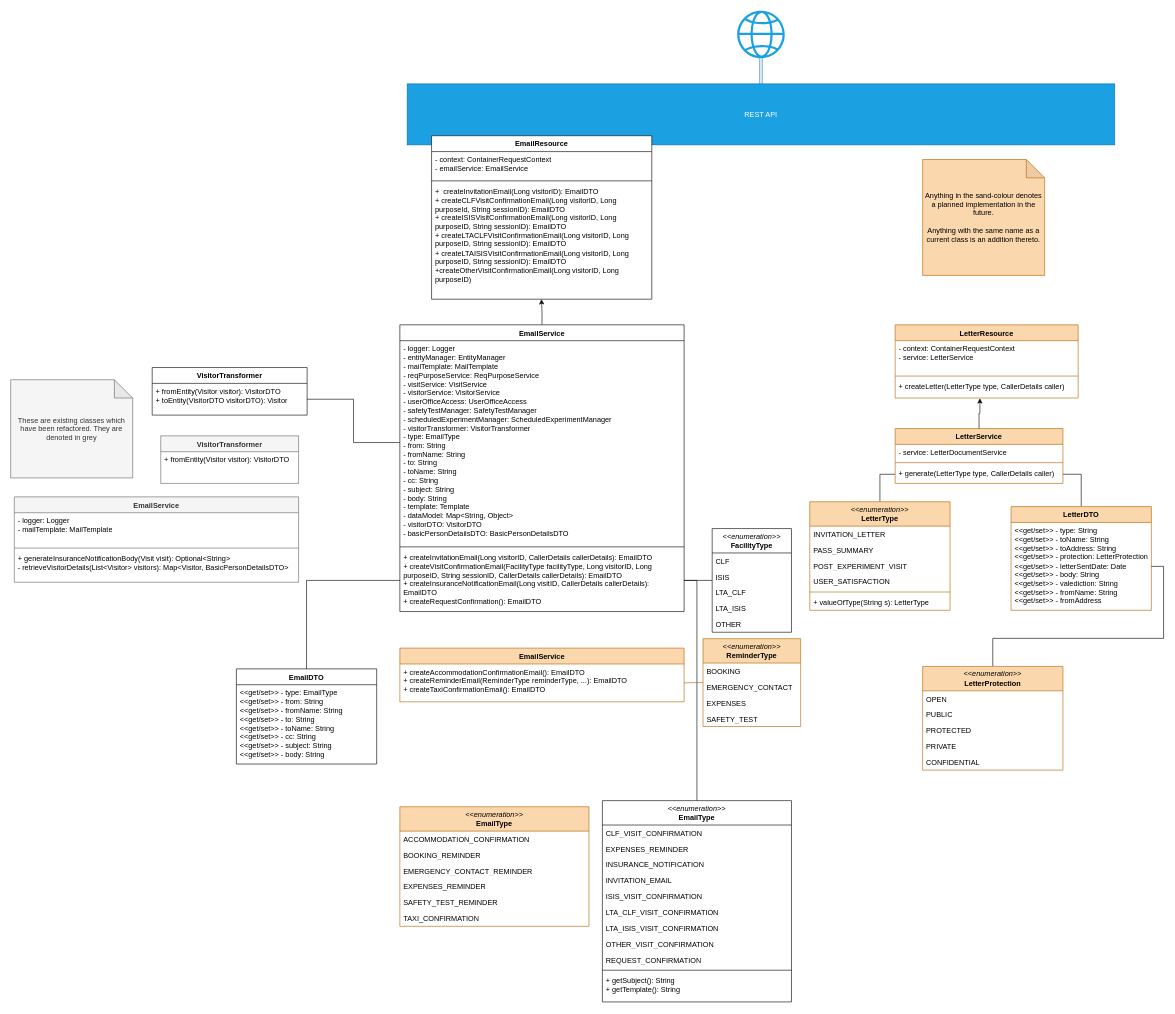
Earlier version of the draw.io diagram Document generation class diagram.drawio (ambolt314/FinalProjectDesign). Source tidied: cells renumbered, new cells numbered last; positions are measured from the earlier drawing's top-left corner, leaving out a move shared by most shapes. Both pictures are drawn from the tidied source at 61%, with x=0, y=0 at pixel (10, 10).
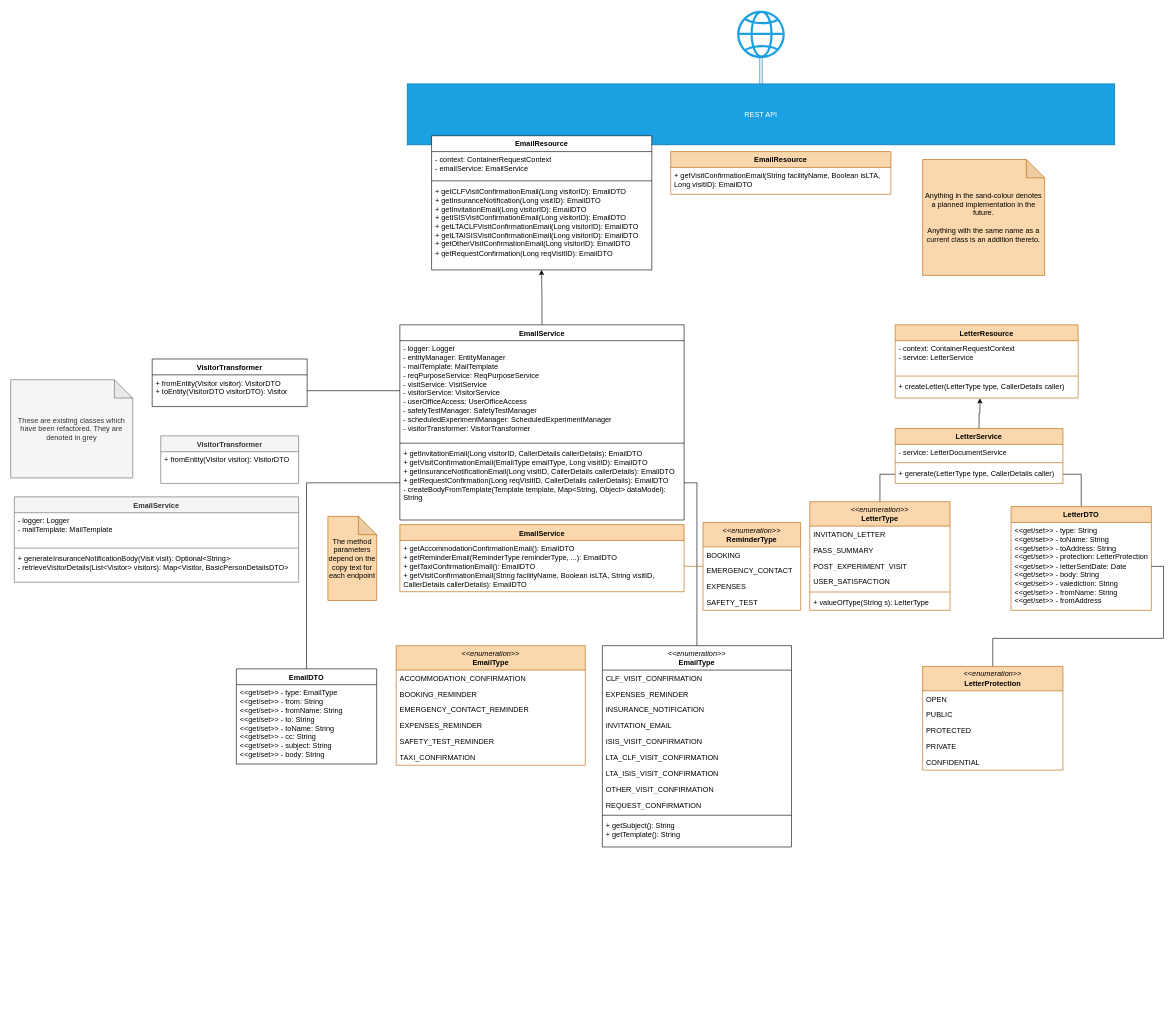
Above is the later version.

Commit message:
Corrected design to match existing code

The edit, as a diff of the source:
```diff
@@
     <mxCell id="3" value="EmailResource" style="swimlane;fontStyle=1;align=center;verticalAlign=top;horizontal=1;startSize=26;whiteSpace=wrap;html=1;" parent="1" vertex="1">
-      <mxGeometry x="690" y="205" width="361" height="268" as="geometry" />
+      <mxGeometry x="690" y="205" width="361" height="220" as="geometry" />
     </mxCell>
@@
-    <mxCell id="6" value="&lt;div&gt;&lt;span style=&quot;background-color: initial;&quot;&gt;+&amp;nbsp; createInvitationEmail(Long visitorID): EmailDTO&lt;/span&gt;&lt;br&gt;&lt;/div&gt;&lt;div&gt;+ createCLFVisitConfirmationEmail(Long visitorID, Long purposeId, String sessionID): EmailDTO&lt;/div&gt;&lt;div&gt;+ createISISVisitConfirmationEmail(Long visitorID, Long purposeID, String sessionID): EmailDTO&lt;/div&gt;&lt;div&gt;+ createLTACLFVisitConfirmationEmail(Long visitorID, Long purposeID, String sessionID): EmailDTO&lt;/div&gt;&lt;div&gt;+ createLTAISISVisitConfirmationEmail(Long visitorID, Long purposeID, String sessionID): EmailDTO&lt;br&gt;&lt;/div&gt;&lt;div&gt;+createOtherVisitConfirmationEmail(Long visitorID, Long purposeID)&lt;/div&gt;" style="text;strokeColor=none;fillColor=none;align=left;verticalAlign=top;spacingLeft=4;spacingRight=4;overflow=hidden;points=[[0,0.5],[1,0.5]];portConstraint=eastwest;whiteSpace=wrap;html=1;" parent="3" vertex="1">
-      <mxGeometry y="78" width="361" height="190" as="geometry" />
+    <mxCell id="6" value="&lt;div&gt;&lt;div&gt;+ getCLFVisitConfirmationEmail(Long visitorID): EmailDTO&lt;/div&gt;&lt;/div&gt;&lt;div&gt;&lt;span style=&quot;background-color: initial;&quot;&gt;+ getInsuranceNotification(Long visitID): EmailDTO&lt;br&gt;&lt;/span&gt;&lt;/div&gt;&lt;div&gt;&lt;span style=&quot;background-color: initial;&quot;&gt;+ getInvitationEmail(Long visitorID): EmailDTO&lt;/span&gt;&lt;br&gt;&lt;/div&gt;&lt;div&gt;+ getISISVisitConfirmationEmail(Long visitorID): EmailDTO&lt;/div&gt;&lt;div&gt;+ getLTACLFVisitConfirmationEmail(Long visitorID): EmailDTO&lt;/div&gt;&lt;div&gt;+ getLTAISISVisitConfirmationEmail(Long visitorID): EmailDTO&lt;br&gt;&lt;/div&gt;&lt;div&gt;+ getOtherVisitConfirmationEmail(Long visitorID): EmailDTO&lt;/div&gt;&lt;div&gt;+ getRequestConfirmation(Long reqVisitID): EmailDTO&lt;br&gt;&lt;/div&gt;" style="text;strokeColor=none;fillColor=none;align=left;verticalAlign=top;spacingLeft=4;spacingRight=4;overflow=hidden;points=[[0,0.5],[1,0.5]];portConstraint=eastwest;whiteSpace=wrap;html=1;" parent="3" vertex="1">
+      <mxGeometry y="78" width="361" height="142" as="geometry" />
     </mxCell>
@@
     <mxCell id="13" value="&lt;div&gt;&lt;i&gt;&amp;lt;&amp;lt;enumeration&amp;gt;&amp;gt;&lt;/i&gt;&lt;/div&gt;&lt;div&gt;&lt;b&gt;EmailType&lt;/b&gt;&lt;br&gt;&lt;/div&gt;" style="swimlane;fontStyle=0;horizontal=1;startSize=40;fillColor=none;whiteSpace=wrap;html=1;" parent="1" vertex="1">
-      <mxGeometry x="970" y="1295" width="310" height="330" as="geometry" />
+      <mxGeometry x="970" y="1041" width="310" height="330" as="geometry" />
     </mxCell>
@@
     <mxCell id="51" value="EmailService" style="swimlane;fontStyle=1;align=center;verticalAlign=top;horizontal=1;startSize=26;whiteSpace=wrap;html=1;" parent="1" vertex="1">
-      <mxGeometry x="638" y="515" width="466" height="470" as="geometry" />
+      <mxGeometry x="638" y="515" width="466" height="320" as="geometry" />
     </mxCell>
-    <mxCell id="52" value="&lt;div&gt;- logger: Logger&lt;/div&gt;&lt;div&gt;- entityManager: EntityManager&lt;/div&gt;&lt;div&gt;- mailTemplate: MailTemplate&lt;br&gt;&lt;/div&gt;&lt;div&gt;- reqPurposeService: ReqPurposeService&lt;/div&gt;&lt;div&gt;- visitService: VisitService&lt;/div&gt;&lt;div&gt;- visitorService: VisitorService&lt;br&gt;&lt;/div&gt;&lt;div&gt;- userOfficeAccess: UserOfficeAccess&lt;br&gt;&lt;/div&gt;&lt;div&gt;- safetyTestManager: SafetyTestManager&lt;/div&gt;&lt;div&gt;- scheduledExperimentManager: ScheduledExperimentManager&lt;/div&gt;&lt;div&gt;- visitorTransformer: VisitorTransformer&lt;/div&gt;&lt;div&gt;- type: EmailType&lt;/div&gt;&lt;div&gt;- from: String&lt;/div&gt;&lt;div&gt;- fromName: String&lt;/div&gt;&lt;div&gt;- to: String&lt;/div&gt;&lt;div&gt;- toName: String&lt;/div&gt;&lt;div&gt;- cc: String&lt;/div&gt;&lt;div&gt;- subject: String&lt;/div&gt;&lt;div&gt;- body: String&lt;/div&gt;&lt;div&gt;- template: Template&lt;/div&gt;&lt;div&gt;- dataModel: Map&amp;lt;String, Object&amp;gt;&lt;/div&gt;&lt;div&gt;- visitorDTO: VisitorDTO&lt;/div&gt;&lt;div&gt;- basicPersonDetailsDTO: BasicPersonDetailsDTO&lt;/div&gt;" style="text;strokeColor=none;fillColor=none;align=left;verticalAlign=top;spacingLeft=4;spacingRight=4;overflow=hidden;points=[[0,0.5],[1,0.5]];portConstraint=eastwest;whiteSpace=wrap;html=1;" parent="51" vertex="1">
-      <mxGeometry y="26" width="466" height="334" as="geometry" />
+    <mxCell id="52" value="&lt;div&gt;- logger: Logger&lt;/div&gt;&lt;div&gt;- entityManager: EntityManager&lt;/div&gt;&lt;div&gt;- mailTemplate: MailTemplate&lt;br&gt;&lt;/div&gt;&lt;div&gt;- reqPurposeService: ReqPurposeService&lt;/div&gt;&lt;div&gt;- visitService: VisitService&lt;/div&gt;&lt;div&gt;- visitorService: VisitorService&lt;br&gt;&lt;/div&gt;&lt;div&gt;- userOfficeAccess: UserOfficeAccess&lt;br&gt;&lt;/div&gt;&lt;div&gt;- safetyTestManager: SafetyTestManager&lt;/div&gt;&lt;div&gt;- scheduledExperimentManager: ScheduledExperimentManager&lt;/div&gt;&lt;div&gt;- visitorTransformer: VisitorTransformer&lt;/div&gt;" style="text;strokeColor=none;fillColor=none;align=left;verticalAlign=top;spacingLeft=4;spacingRight=4;overflow=hidden;points=[[0,0.5],[1,0.5]];portConstraint=eastwest;whiteSpace=wrap;html=1;" parent="51" vertex="1">
+      <mxGeometry y="26" width="466" height="164" as="geometry" />
     </mxCell>
     <mxCell id="53" style="line;strokeWidth=1;fillColor=none;align=left;verticalAlign=middle;spacingTop=-1;spacingLeft=3;spacingRight=3;labelPosition=right;strokeColor=inherit;" parent="51" vertex="1">
-      <mxGeometry y="360" width="466" height="8" as="geometry" />
+      <mxGeometry y="190" width="466" height="8" as="geometry" />
     </mxCell>
-    <mxCell id="54" value="&lt;div&gt;+ createInvitationEmail(Long visitorID, CallerDetails callerDetails): EmailDTO&lt;/div&gt;&lt;div&gt;+ createVisitConfirmationEmail(FacilityType facilityType, Long visitorID, Long purposeID, String sessionID, CallerDetails callerDetails): EmailDTO&lt;/div&gt;&lt;div&gt;+ createInsuranceNotificationEmail(Long visitID, CallerDetails callerDetails): EmailDTO&lt;/div&gt;&lt;div&gt;+ createRequestConfirmation(): EmailDTO&lt;/div&gt;" style="text;strokeColor=none;fillColor=none;align=left;verticalAlign=top;spacingLeft=4;spacingRight=4;overflow=hidden;points=[[0,0.5],[1,0.5]];portConstraint=eastwest;whiteSpace=wrap;html=1;" parent="51" vertex="1">
-      <mxGeometry y="368" width="466" height="102" as="geometry" />
+    <mxCell id="54" value="&lt;div&gt;+ getInvitationEmail(Long visitorID, CallerDetails callerDetails): EmailDTO&lt;/div&gt;&lt;div&gt;+ getVisitConfirmationEmail(EmailType emailType, Long visitID): EmailDTO&lt;/div&gt;&lt;div&gt;+ getInsuranceNotificationEmail(Long visitID, CallerDetails callerDetails): EmailDTO&lt;/div&gt;&lt;div&gt;+ getRequestConfirmation(Long reqVisitID, CallerDetails callerDetails): EmailDTO&lt;/div&gt;&lt;div&gt;- createBodyFromTemplate(Template template, Map&amp;lt;String, Object&amp;gt; dataModel): String&lt;br&gt;&lt;/div&gt;" style="text;strokeColor=none;fillColor=none;align=left;verticalAlign=top;spacingLeft=4;spacingRight=4;overflow=hidden;points=[[0,0.5],[1,0.5]];portConstraint=eastwest;whiteSpace=wrap;html=1;" parent="51" vertex="1">
+      <mxGeometry y="198" width="466" height="122" as="geometry" />
     </mxCell>
@@
-    <mxCell id="62" value="&lt;div&gt;&lt;i&gt;&amp;lt;&amp;lt;enumeration&amp;gt;&amp;gt;&lt;/i&gt;&lt;/div&gt;&lt;div&gt;&lt;b&gt;FacilityType&lt;/b&gt;&lt;/div&gt;" style="swimlane;fontStyle=0;horizontal=1;startSize=40;fillColor=none;whiteSpace=wrap;html=1;" parent="1" vertex="1">
-      <mxGeometry x="1150" y="849" width="130" height="170" as="geometry" />
-    </mxCell>
-    <mxCell id="63" value="CLF" style="text;strokeColor=none;fillColor=none;align=left;verticalAlign=top;spacingLeft=4;spacingRight=4;overflow=hidden;whiteSpace=wrap;html=1;" parent="62" vertex="1">
-      <mxGeometry y="40" width="130" height="26" as="geometry" />
-    </mxCell>
-    <mxCell id="64" value="ISIS" style="text;strokeColor=none;fillColor=none;align=left;verticalAlign=top;spacingLeft=4;spacingRight=4;overflow=hidden;whiteSpace=wrap;html=1;" parent="62" vertex="1">
-      <mxGeometry y="66" width="130" height="26" as="geometry" />
-    </mxCell>
-    <mxCell id="65" value="LTA_CLF" style="text;strokeColor=none;fillColor=none;align=left;verticalAlign=top;spacingLeft=4;spacingRight=4;overflow=hidden;whiteSpace=wrap;html=1;" parent="62" vertex="1">
-      <mxGeometry y="92" width="130" height="26" as="geometry" />
-    </mxCell>
-    <mxCell id="66" value="LTA_ISIS" style="text;strokeColor=none;fillColor=none;align=left;verticalAlign=top;spacingLeft=4;spacingRight=4;overflow=hidden;whiteSpace=wrap;html=1;" parent="62" vertex="1">
-      <mxGeometry y="118" width="130" height="26" as="geometry" />
-    </mxCell>
-    <mxCell id="67" value="OTHER" style="text;strokeColor=none;fillColor=none;align=left;verticalAlign=top;spacingLeft=4;spacingRight=4;overflow=hidden;whiteSpace=wrap;html=1;" parent="62" vertex="1">
-      <mxGeometry y="144" width="130" height="26" as="geometry" />
-    </mxCell>
     <mxCell id="68" value="&lt;div&gt;&lt;i&gt;&amp;lt;&amp;lt;enumeration&amp;gt;&amp;gt;&lt;/i&gt;&lt;/div&gt;&lt;div&gt;&lt;b&gt;EmailType&lt;/b&gt;&lt;br&gt;&lt;/div&gt;" style="swimlane;fontStyle=0;horizontal=1;startSize=40;fillColor=#fad7ac;whiteSpace=wrap;html=1;strokeColor=#b46504;" parent="1" vertex="1">
-      <mxGeometry x="638" y="1305" width="310" height="196" as="geometry" />
+      <mxGeometry x="632" y="1041" width="310" height="196" as="geometry" />
     </mxCell>
@@
-    <mxCell id="76" style="edgeStyle=orthogonalEdgeStyle;rounded=0;jettySize=auto;html=1;endArrow=none;endFill=0;entryX=1;entryY=0.5;entryDx=0;entryDy=0;" parent="1" edge="1" source="62" target="54">
-      <mxGeometry relative="1" as="geometry" />
-    </mxCell>
     <mxCell id="77" value="EmailService" style="swimlane;fontStyle=1;align=center;verticalAlign=top;horizontal=1;startSize=26;whiteSpace=wrap;html=1;fillColor=#fad7ac;strokeColor=#b46504;" parent="1" vertex="1">
-      <mxGeometry x="638" y="1045" width="466" height="88" as="geometry" />
+      <mxGeometry x="638" y="842.5" width="466" height="110" as="geometry" />
     </mxCell>
-    <mxCell id="78" value="&lt;div&gt;+ createAccommodationConfirmationEmail(): EmailDTO&lt;/div&gt;&lt;div&gt;+ createReminderEmail(ReminderType reminderType, ...): EmailDTO&lt;/div&gt;&lt;div&gt;+ createTaxiConfirmationEmail(): EmailDTO&lt;/div&gt;" style="text;strokeColor=none;fillColor=none;align=left;verticalAlign=top;spacingLeft=4;spacingRight=4;overflow=hidden;points=[[0,0.5],[1,0.5]];portConstraint=eastwest;whiteSpace=wrap;html=1;" parent="77" vertex="1">
-      <mxGeometry y="26" width="466" height="62" as="geometry" />
+    <mxCell id="78" value="&lt;div&gt;+ getAccommodationConfirmationEmail(): EmailDTO&lt;/div&gt;&lt;div&gt;+ getReminderEmail(ReminderType reminderType, ...): EmailDTO&lt;/div&gt;&lt;div&gt;+ getTaxiConfirmationEmail(): EmailDTO&lt;/div&gt;&lt;div&gt;+ getVisitConfirmationEmail(String facilityName, Boolean isLTA, String visitID, CallerDetails callerDetails): EmailDTO&lt;br&gt;&lt;/div&gt;" style="text;strokeColor=none;fillColor=none;align=left;verticalAlign=top;spacingLeft=4;spacingRight=4;overflow=hidden;points=[[0,0.5],[1,0.5]];portConstraint=eastwest;whiteSpace=wrap;html=1;" parent="77" vertex="1">
+      <mxGeometry y="26" width="466" height="84" as="geometry" />
     </mxCell>
@@
     <mxCell id="81" value="VisitorTransformer" style="swimlane;fontStyle=1;align=center;verticalAlign=top;horizontal=1;startSize=26;whiteSpace=wrap;html=1;" parent="1" vertex="1">
-      <mxGeometry x="232" y="585" width="254" height="78" as="geometry" />
+      <mxGeometry x="232" y="571" width="254" height="78" as="geometry" />
     </mxCell>
@@
     <mxCell id="85" value="&lt;div&gt;&lt;i&gt;&amp;lt;&amp;lt;enumeration&amp;gt;&amp;gt;&lt;/i&gt;&lt;/div&gt;&lt;div&gt;&lt;b&gt;ReminderType&lt;/b&gt;&lt;/div&gt;" style="swimlane;fontStyle=0;horizontal=1;startSize=40;fillColor=#fad7ac;whiteSpace=wrap;html=1;strokeColor=#b46504;" parent="1" vertex="1">
-      <mxGeometry x="1135" y="1029.5" width="160" height="144" as="geometry" />
+      <mxGeometry x="1135" y="839" width="160" height="144" as="geometry" />
     </mxCell>
@@
+    <mxCell id="90" value="EmailResource" style="swimlane;fontStyle=1;align=center;verticalAlign=top;horizontal=1;startSize=26;whiteSpace=wrap;html=1;fillColor=#fad7ac;strokeColor=#b46504;" parent="1" vertex="1">
+      <mxGeometry x="1082" y="231" width="361" height="70" as="geometry" />
+    </mxCell>
+    <mxCell id="91" value="&lt;div&gt;+ getVisitConfirmationEmail(String facilityName, Boolean isLTA, Long visitID): EmailDTO&lt;br&gt;&lt;/div&gt;" style="text;strokeColor=none;fillColor=none;align=left;verticalAlign=top;spacingLeft=4;spacingRight=4;overflow=hidden;whiteSpace=wrap;html=1;" parent="90" vertex="1">
+      <mxGeometry y="26" width="361" height="44" as="geometry" />
+    </mxCell>
+    <mxCell id="92" value="The method parameters depend on the copy text for each endpoint" style="shape=note;whiteSpace=wrap;html=1;backgroundOutline=1;darkOpacity=0.05;fillColor=#fad7ac;strokeColor=#b46504;" parent="1" vertex="1">
+      <mxGeometry x="520" y="829" width="80" height="138" as="geometry" />
+    </mxCell>
```
